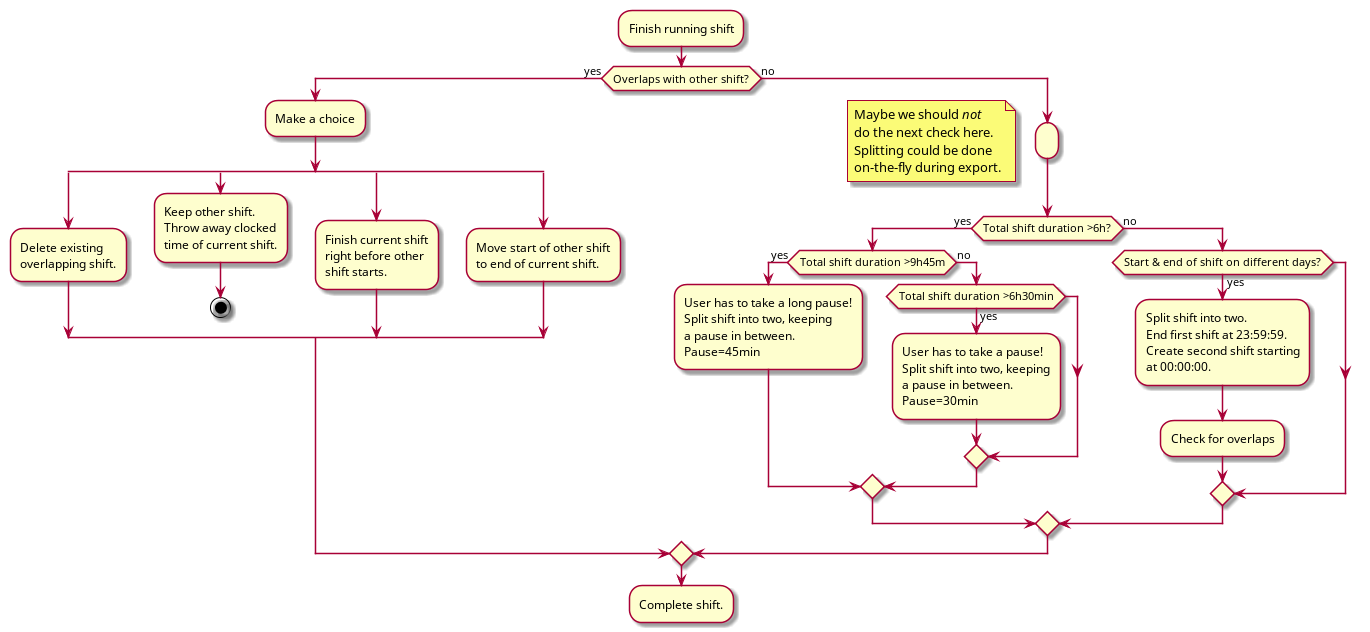
Above: diagrams/finish_shift.png in mimischi/clock-planning (PlantUML), before the change. The source it was exported from:
```plantuml
@startuml
:Finish running shift;
if (Overlaps with other shift?) then (yes)
  :Make a choice;
    split
    :Delete existing
    overlapping shift.;

    split again
    :Keep other shift.
    Throw away clocked
    time of current shift.;
    stop

    split again
    :Finish current shift
    right before other
    shift starts.;

    split again
    :Move start of other shift
    to end of current shift.;
    end split
else (no)
  :;
  floating note left: Maybe we should //not//\ndo the next check here.\nSplitting could be done\non-the-fly during export.
  if (Total shift duration >6h?) then (yes)
    if (Total shift duration >9h45m) then (yes)
      :User has to take a long pause!
      Split shift into two, keeping
      a pause in between.
      Pause=45min;
    else (no)
      if (Total shift duration >6h30min) then (yes)
        :User has to take a pause!
        Split shift into two, keeping
        a pause in between.
        Pause=30min;
      endif
    endif
  else (no)
    if (Start & end of shift on different days?) then (yes)
      :Split shift into two.
      End first shift at 23:59:59.
      Create second shift starting
      at 00:00:00.;
      :Check for overlaps;
     endif
  endif
endif
:Complete shift.;
@enduml
```
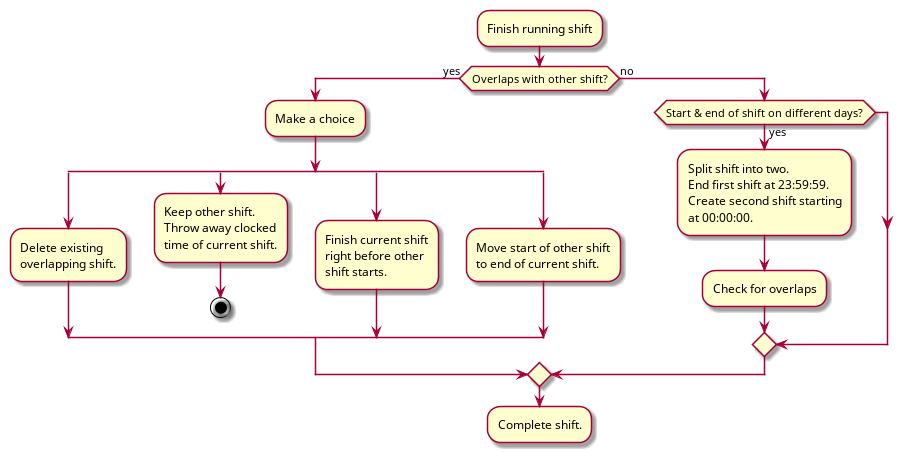
Above is the later version.

Commit message:
Update finish shift diagram

Diff of the diagram source:
```diff
@@ -22,31 +22,13 @@
     to end of current shift.;
     end split
 else (no)
-  :;
-  floating note left: Maybe we should //not//\ndo the next check here.\nSplitting could be done\non-the-fly during export.
-  if (Total shift duration >6h?) then (yes)
-    if (Total shift duration >9h45m) then (yes)
-      :User has to take a long pause!
-      Split shift into two, keeping
-      a pause in between.
-      Pause=45min;
-    else (no)
-      if (Total shift duration >6h30min) then (yes)
-        :User has to take a pause!
-        Split shift into two, keeping
-        a pause in between.
-        Pause=30min;
-      endif
+  if (Start & end of shift on different days?) then (yes)
+    :Split shift into two.
+    End first shift at 23:59:59.
+    Create second shift starting
+    at 00:00:00.;
+    :Check for overlaps;
     endif
-  else (no)
-    if (Start & end of shift on different days?) then (yes)
-      :Split shift into two.
-      End first shift at 23:59:59.
-      Create second shift starting
-      at 00:00:00.;
-      :Check for overlaps;
-     endif
-  endif
 endif
 :Complete shift.;
 @enduml
```
